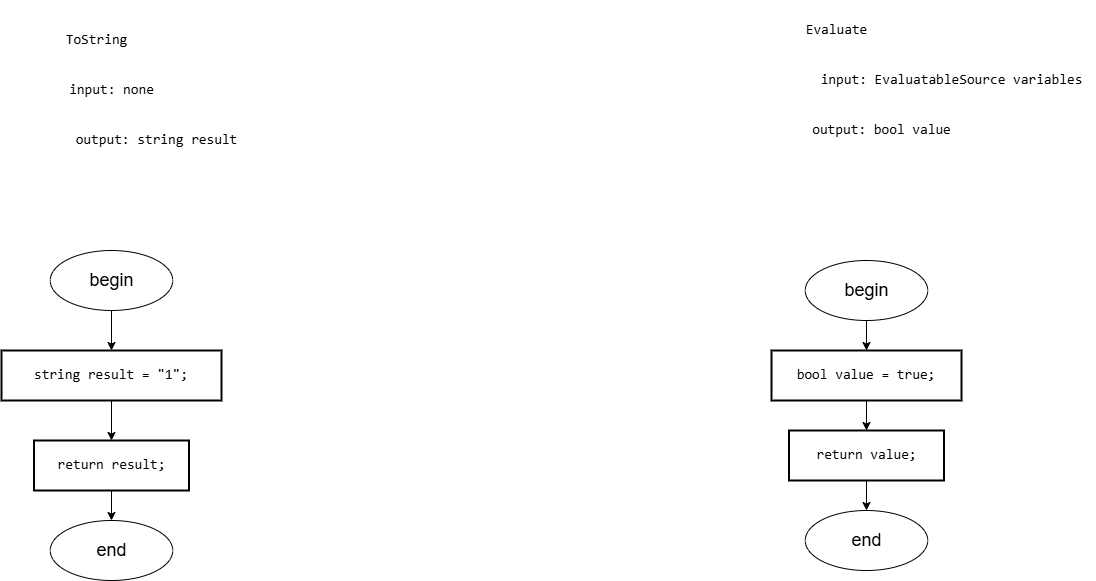
The draw.io diagram Diagrams/images/Truth.drawio.png in slavikovics/FictionalVariables, before a commit. Source tidied: cells renumbered, new cells last; positions are measured from the earlier drawing's top-left corner, leaving out a move shared by most shapes.
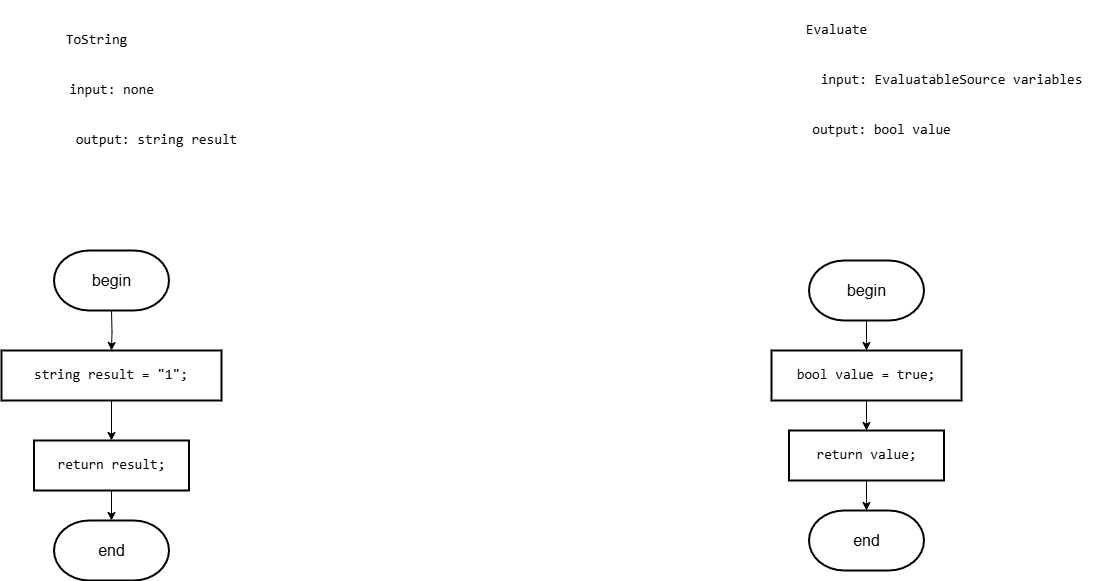
Later version of the same file.

What changed in the source:
```diff
@@ -32,35 +32,43 @@
     <mxCell id="11" value="&lt;pre style=&quot;font-family: &amp;quot;JetBrains Mono&amp;quot;, monospace;&quot;&gt;output: string result&lt;/pre&gt;" style="text;html=1;align=center;verticalAlign=middle;strokeColor=none;fillColor=none;fontSize=14;labelBackgroundColor=none;fontColor=#000000;" parent="1" vertex="1">
       <mxGeometry x="60" y="110" width="190" height="60" as="geometry" />
     </mxCell>
-    <mxCell id="12" style="edgeStyle=orthogonalEdgeStyle;rounded=0;jettySize=auto;html=1;exitX=0.5;exitY=1;exitDx=0;exitDy=0;entryX=0.5;entryY=0;entryDx=0;entryDy=0;" parent="1" edge="1" source="13" target="18">
-      <mxGeometry relative="1" as="geometry" />
+    <mxCell id="12" style="edgeStyle=orthogonalEdgeStyle;rounded=0;jettySize=auto;html=1;exitX=0.5;exitY=1;exitDx=0;exitDy=0;entryX=0.5;entryY=0;entryDx=0;entryDy=0;" parent="1" edge="1" source="13">
+      <mxGeometry relative="1" as="geometry">
+        <mxPoint x="110" y="520" as="targetPoint" />
+      </mxGeometry>
     </mxCell>
     <mxCell id="13" value="&lt;div style=&quot;&quot;&gt;&lt;pre style=&quot;font-family: &amp;quot;JetBrains Mono&amp;quot;, monospace;&quot;&gt;&lt;pre style=&quot;font-family: &amp;quot;JetBrains Mono&amp;quot;, monospace;&quot;&gt;&lt;pre style=&quot;font-family: &amp;quot;JetBrains Mono&amp;quot;, monospace;&quot;&gt;&lt;pre style=&quot;font-family: &amp;quot;JetBrains Mono&amp;quot;, monospace;&quot;&gt;&lt;pre style=&quot;font-family: &amp;quot;JetBrains Mono&amp;quot;, monospace;&quot;&gt;&lt;pre style=&quot;font-family: &amp;quot;JetBrains Mono&amp;quot;, monospace;&quot;&gt;&lt;div&gt;&lt;pre style=&quot;font-family: &amp;quot;JetBrains Mono&amp;quot;, monospace;&quot;&gt;&lt;span style=&quot;&quot;&gt;return &lt;/span&gt;result;&lt;/pre&gt;&lt;/div&gt;&lt;/pre&gt;&lt;/pre&gt;&lt;/pre&gt;&lt;/pre&gt;&lt;/pre&gt;&lt;/pre&gt;&lt;/div&gt;" style="rounded=0;whiteSpace=wrap;html=1;absoluteArcSize=1;arcSize=14;strokeWidth=2;fontSize=14;labelBackgroundColor=none;fontColor=#000000;" parent="1" vertex="1">
       <mxGeometry x="32.5" y="440" width="155" height="50" as="geometry" />
     </mxCell>
-    <mxCell id="14" style="edgeStyle=orthogonalEdgeStyle;rounded=0;jettySize=auto;html=1;exitX=0.5;exitY=1;exitDx=0;exitDy=0;entryX=0.5;entryY=0;entryDx=0;entryDy=0;" parent="1" edge="1" source="15" target="21">
-      <mxGeometry relative="1" as="geometry" />
+    <mxCell id="14" style="edgeStyle=orthogonalEdgeStyle;rounded=0;jettySize=auto;html=1;exitX=0.5;exitY=1;exitDx=0;exitDy=0;entryX=0.5;entryY=0;entryDx=0;entryDy=0;" parent="1" edge="1" source="15">
+      <mxGeometry relative="1" as="geometry">
+        <mxPoint x="865" y="510" as="targetPoint" />
+      </mxGeometry>
     </mxCell>
     <mxCell id="15" value="&lt;div style=&quot;&quot;&gt;&lt;pre style=&quot;font-family: &amp;quot;JetBrains Mono&amp;quot;, monospace;&quot;&gt;&lt;pre style=&quot;font-family: &amp;quot;JetBrains Mono&amp;quot;, monospace;&quot;&gt;&lt;pre style=&quot;font-family: &amp;quot;JetBrains Mono&amp;quot;, monospace;&quot;&gt;&lt;pre style=&quot;font-family: &amp;quot;JetBrains Mono&amp;quot;, monospace;&quot;&gt;&lt;pre style=&quot;font-family: &amp;quot;JetBrains Mono&amp;quot;, monospace;&quot;&gt;&lt;pre style=&quot;font-family: &amp;quot;JetBrains Mono&amp;quot;, monospace;&quot;&gt;&lt;pre style=&quot;font-family: &amp;quot;JetBrains Mono&amp;quot;, monospace;&quot;&gt;&lt;div&gt;&lt;pre style=&quot;font-family: &amp;quot;JetBrains Mono&amp;quot;, monospace;&quot;&gt;&lt;span style=&quot;&quot;&gt;return &lt;/span&gt;&lt;span style=&quot;&quot;&gt;value&lt;/span&gt;;&lt;/pre&gt;&lt;/div&gt;&lt;/pre&gt;&lt;/pre&gt;&lt;/pre&gt;&lt;/pre&gt;&lt;/pre&gt;&lt;/pre&gt;&lt;/pre&gt;&lt;/div&gt;" style="rounded=0;whiteSpace=wrap;html=1;absoluteArcSize=1;arcSize=14;strokeWidth=2;fontSize=14;labelBackgroundColor=none;fontColor=#000000;" parent="1" vertex="1">
       <mxGeometry x="787.5" y="430" width="155" height="50" as="geometry" />
     </mxCell>
-    <mxCell id="16" style="edgeStyle=orthogonalEdgeStyle;rounded=0;jettySize=auto;html=1;exitX=0.5;exitY=1;exitDx=0;exitDy=0;entryX=0.5;entryY=0;entryDx=0;entryDy=0;" parent="1" edge="1" source="17" target="9">
-      <mxGeometry relative="1" as="geometry" />
+    <mxCell id="16" style="edgeStyle=orthogonalEdgeStyle;rounded=0;jettySize=auto;html=1;exitX=0.5;exitY=1;exitDx=0;exitDy=0;entryX=0.5;entryY=0;entryDx=0;entryDy=0;" parent="1" edge="1" target="9">
+      <mxGeometry relative="1" as="geometry">
+        <mxPoint x="110" y="310" as="sourcePoint" />
+      </mxGeometry>
     </mxCell>
-    <mxCell id="17" value="&lt;font style=&quot;font-size: 18px;&quot;&gt;begin&lt;/font&gt;" style="ellipse;whiteSpace=wrap;html=1;" parent="1" vertex="1">
-      <mxGeometry x="48.8" y="250" width="122.5" height="60" as="geometry" />
-    </mxCell>
-    <mxCell id="18" value="&lt;font style=&quot;font-size: 18px;&quot;&gt;end&lt;/font&gt;" style="ellipse;whiteSpace=wrap;html=1;" parent="1" vertex="1">
-      <mxGeometry x="48.7" y="520" width="122.5" height="60" as="geometry" />
-    </mxCell>
-    <mxCell id="19" style="edgeStyle=orthogonalEdgeStyle;rounded=0;jettySize=auto;html=1;exitX=0.5;exitY=1;exitDx=0;exitDy=0;entryX=0.5;entryY=0;entryDx=0;entryDy=0;" parent="1" edge="1" source="20" target="4">
-      <mxGeometry relative="1" as="geometry" />
+    <mxCell id="19" style="edgeStyle=orthogonalEdgeStyle;rounded=0;jettySize=auto;html=1;exitX=0.5;exitY=1;exitDx=0;exitDy=0;entryX=0.5;entryY=0;entryDx=0;entryDy=0;" parent="1" edge="1" target="4">
+      <mxGeometry relative="1" as="geometry">
+        <mxPoint x="865" y="320" as="sourcePoint" />
+      </mxGeometry>
     </mxCell>
-    <mxCell id="20" value="&lt;font style=&quot;font-size: 18px;&quot;&gt;begin&lt;/font&gt;" style="ellipse;whiteSpace=wrap;html=1;" parent="1" vertex="1">
-      <mxGeometry x="803.8" y="260" width="122.5" height="60" as="geometry" />
-    </mxCell>
-    <mxCell id="21" value="&lt;font style=&quot;font-size: 18px;&quot;&gt;end&lt;/font&gt;" style="ellipse;whiteSpace=wrap;html=1;" parent="1" vertex="1">
-      <mxGeometry x="803.7" y="510" width="122.5" height="60" as="geometry" />
-    </mxCell>
+    <mxCell id="22" value="&lt;font style=&quot;font-size: 16px;&quot;&gt;begin&lt;/font&gt;" style="strokeWidth=2;html=1;shape=mxgraph.flowchart.terminator;whiteSpace=wrap;" parent="1" vertex="1">
+      <mxGeometry x="52.5" y="250" width="115" height="60" as="geometry" />
+    </mxCell>
+    <mxCell id="23" value="&lt;font style=&quot;font-size: 16px;&quot;&gt;end&lt;/font&gt;" style="strokeWidth=2;html=1;shape=mxgraph.flowchart.terminator;whiteSpace=wrap;" parent="1" vertex="1">
+      <mxGeometry x="52.5" y="520" width="115" height="60" as="geometry" />
+    </mxCell>
+    <mxCell id="24" value="&lt;font style=&quot;font-size: 16px;&quot;&gt;begin&lt;/font&gt;" style="strokeWidth=2;html=1;shape=mxgraph.flowchart.terminator;whiteSpace=wrap;" parent="1" vertex="1">
+      <mxGeometry x="807.5" y="260" width="115" height="60" as="geometry" />
+    </mxCell>
+    <mxCell id="25" value="&lt;font style=&quot;font-size: 16px;&quot;&gt;end&lt;/font&gt;" style="strokeWidth=2;html=1;shape=mxgraph.flowchart.terminator;whiteSpace=wrap;" parent="1" vertex="1">
+      <mxGeometry x="807.5" y="510" width="115" height="60" as="geometry" />
+    </mxCell>
   </root>
 </mxGraphModel>
```
